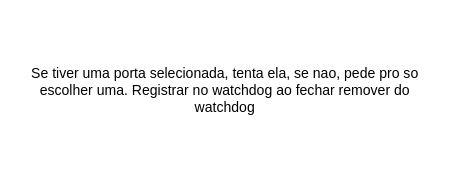
The draw.io diagram page "Sockets" (7 of 7) of client-server.drawio in nico-ig/UDP-Video-Streaming, before the edit. Source tidied: cells renumbered, new cells numbered last; positions are measured from the earlier drawing's top-left corner, leaving out a move shared by most shapes. Both pictures are drawn from the tidied source at 117%, with x=0, y=0 at pixel (20, 20).
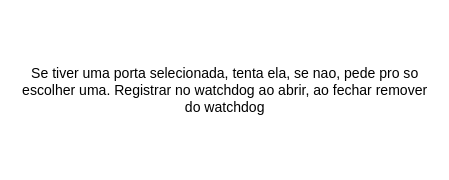
Above is the later version.

What changed in the source:
```diff
@@
 <mxGraphModel>
   <root>
     <mxCell id="0" />
     <mxCell id="1" parent="0" />
-    <mxCell id="2" value="Se tiver uma porta selecionada, tenta ela, se nao, pede pro so escolher uma. Registrar no watchdog ao fechar remover do watchdog" style="text;html=1;strokeColor=none;fillColor=none;align=center;verticalAlign=middle;whiteSpace=wrap;rounded=0;" parent="1" vertex="1">
+    <mxCell id="2" value="Se tiver uma porta selecionada, tenta ela, se nao, pede pro so escolher uma. Registrar no watchdog ao abrir, ao fechar remover do watchdog" style="text;html=1;strokeColor=none;fillColor=none;align=center;verticalAlign=middle;whiteSpace=wrap;rounded=0;" parent="1" vertex="1">
       <mxGeometry width="350" height="120" as="geometry" />
     </mxCell>
   </root>
 </mxGraphModel>
```
